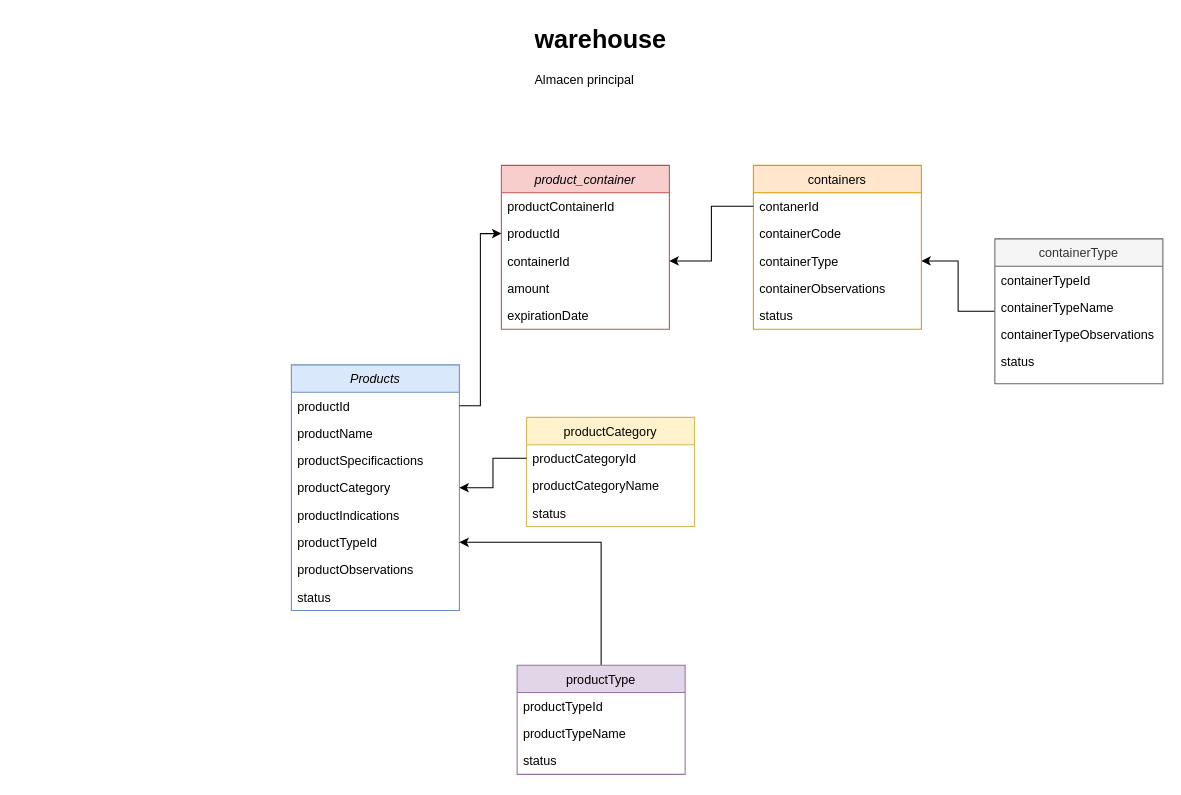
This is pharmacy.drawio from CarlosMayo1/pharmacy, a draw.io file, before an edit. Source tidied: cells renumbered, new cells numbered last; positions are measured from the earlier drawing's top-left corner, leaving out a move shared by most shapes. Both pictures are drawn from the tidied source at 105%, with x=0, y=0 at pixel (291, 18).
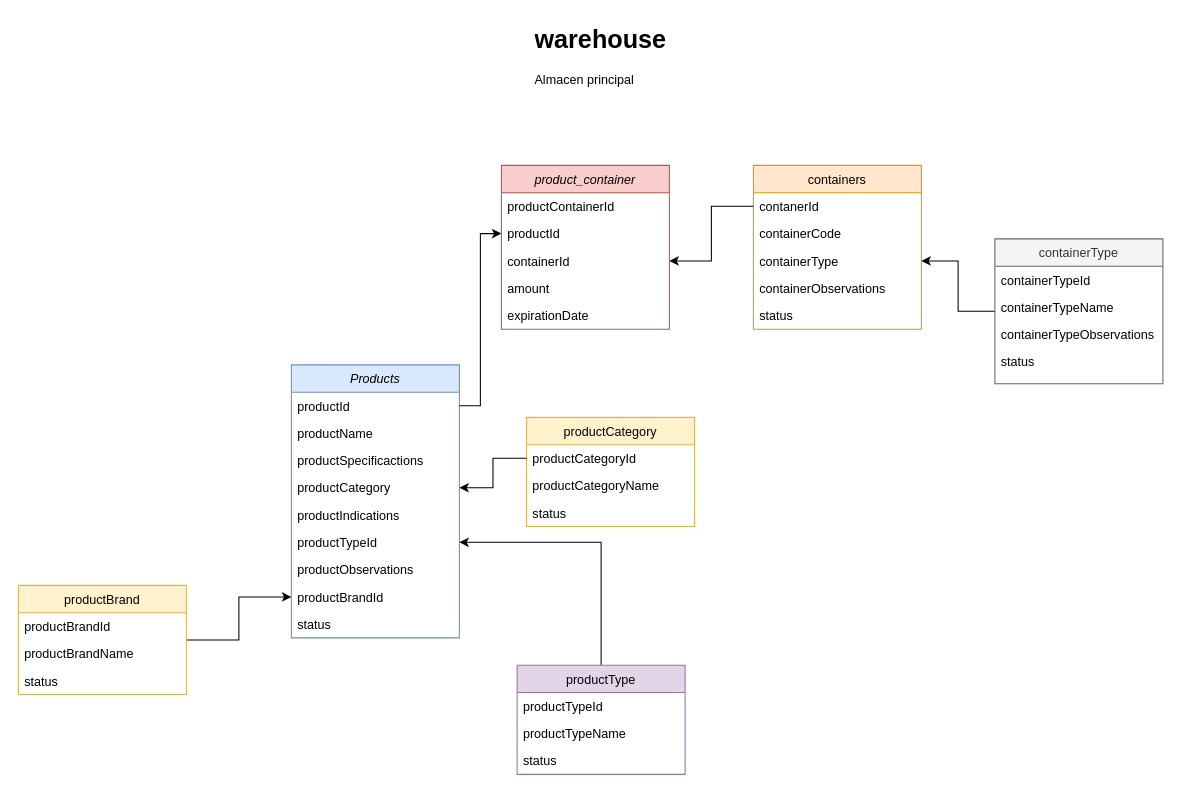
Above is the later version.

Diff of the diagram source:
```diff
@@
     <mxCell id="2" value="Products" style="swimlane;fontStyle=2;align=center;verticalAlign=top;horizontal=1;startSize=26;rounded=0;shadow=0;strokeWidth=1;fillColor=#dae8fc;strokeColor=#6c8ebf;" parent="1" vertex="1">
-      <mxGeometry y="330" width="160" height="234" as="geometry" />
+      <mxGeometry y="330" width="160" height="260" as="geometry" />
     </mxCell>
@@
+    <mxCell id="42" value="productBrandId" style="text;align=left;verticalAlign=top;spacingLeft=4;spacingRight=4;overflow=hidden;points=[[0,0.5],[1,0.5]];portConstraint=eastwest;rounded=0;shadow=0;html=0;" parent="2" vertex="1">
+      <mxGeometry y="208" width="160" height="26" as="geometry" />
+    </mxCell>
     <mxCell id="10" value="status" style="text;align=left;verticalAlign=top;spacingLeft=4;spacingRight=4;overflow=hidden;rounded=0;shadow=0;html=0;" parent="2" vertex="1">
-      <mxGeometry y="208" width="160" height="26" as="geometry" />
+      <mxGeometry y="234" width="160" height="26" as="geometry" />
     </mxCell>
@@
+    <mxCell id="43" style="edgeStyle=orthogonalEdgeStyle;rounded=0;jettySize=auto;html=1;" parent="1" edge="1" source="44" target="42">
+      <mxGeometry relative="1" as="geometry" />
+    </mxCell>
+    <mxCell id="44" value="productBrand" style="swimlane;fontStyle=0;align=center;verticalAlign=top;horizontal=1;startSize=26;rounded=0;shadow=0;strokeWidth=1;fillColor=#fff2cc;strokeColor=#d6b656;" parent="1" vertex="1">
+      <mxGeometry x="-260" y="540" width="160" height="104" as="geometry" />
+    </mxCell>
+    <mxCell id="45" value="productBrandId" style="text;align=left;verticalAlign=top;spacingLeft=4;spacingRight=4;overflow=hidden;" parent="44" vertex="1">
+      <mxGeometry y="26" width="160" height="26" as="geometry" />
+    </mxCell>
+    <mxCell id="46" value="productBrandName" style="text;align=left;verticalAlign=top;spacingLeft=4;spacingRight=4;overflow=hidden;" parent="44" vertex="1">
+      <mxGeometry y="52" width="160" height="26" as="geometry" />
+    </mxCell>
+    <mxCell id="47" value="status" style="text;align=left;verticalAlign=top;spacingLeft=4;spacingRight=4;overflow=hidden;" parent="44" vertex="1">
+      <mxGeometry y="78" width="160" height="26" as="geometry" />
+    </mxCell>
```
